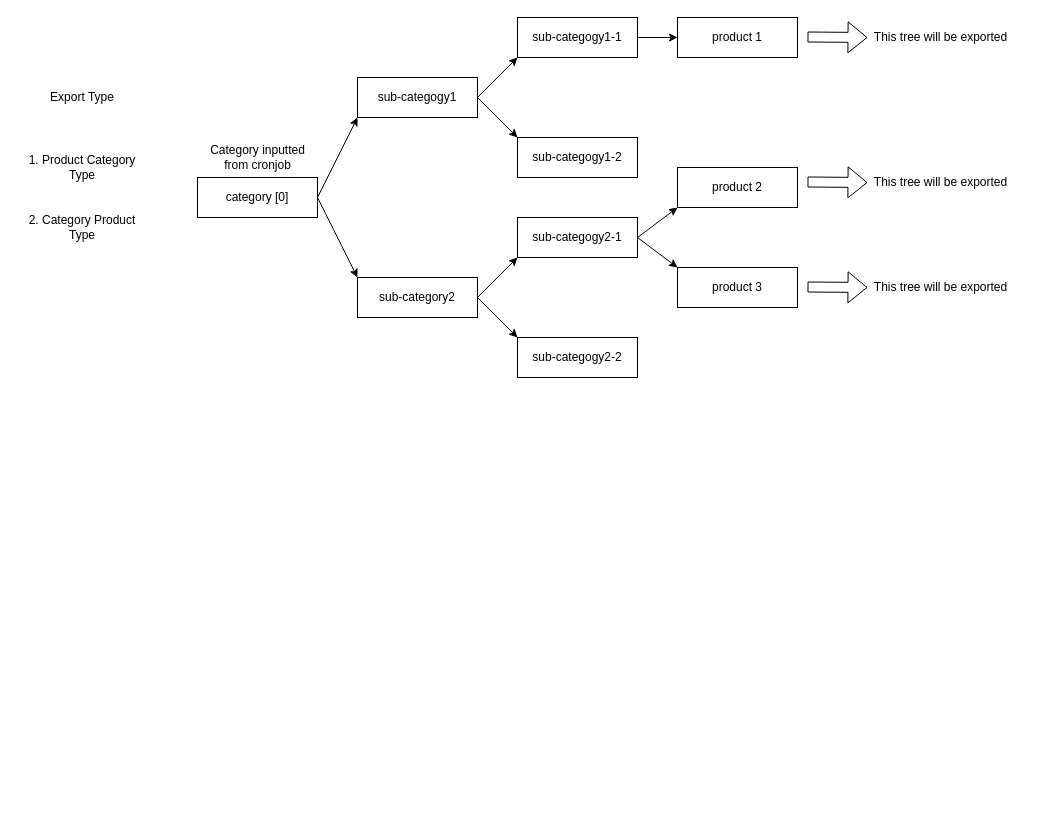
The draw.io diagram page "Page-4" (4 of 4) of diagrams/DrawTemp.drawio in pinestran/transferfiles, before the edit. Source tidied: cells renumbered, new cells numbered last; positions are measured from the earlier drawing's top-left corner, leaving out a move shared by most shapes. Both pictures are drawn from the tidied source at 100%, with x=0, y=0 at pixel (17, 17).
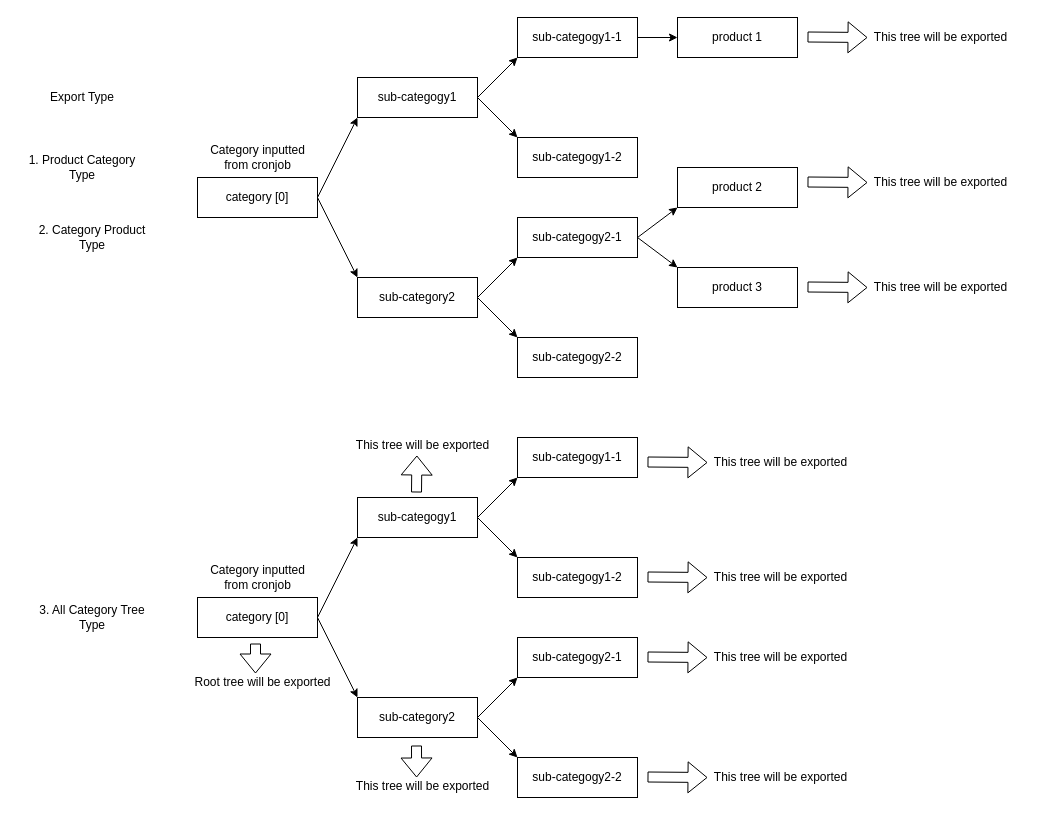
After the change.

Diff of the diagram source:
```diff
@@
-    <mxCell id="24" value="2. Category Product Type" style="text;html=1;strokeColor=none;fillColor=none;align=center;verticalAlign=middle;whiteSpace=wrap;rounded=0;" parent="1" vertex="1">
-      <mxGeometry y="190" width="130" height="40" as="geometry" />
+    <mxCell id="24" value="3. All Category Tree Type" style="text;html=1;strokeColor=none;fillColor=none;align=center;verticalAlign=middle;whiteSpace=wrap;rounded=0;" parent="1" vertex="1">
+      <mxGeometry x="10" y="580" width="130" height="40" as="geometry" />
     </mxCell>
@@
+    <mxCell id="31" value="category [0]" style="rounded=0;whiteSpace=wrap;html=1;" parent="1" vertex="1">
+      <mxGeometry x="180" y="580" width="120" height="40" as="geometry" />
+    </mxCell>
+    <mxCell id="32" value="sub-categogy1" style="rounded=0;whiteSpace=wrap;html=1;" parent="1" vertex="1">
+      <mxGeometry x="340" y="480" width="120" height="40" as="geometry" />
+    </mxCell>
+    <mxCell id="33" value="sub-category2" style="rounded=0;whiteSpace=wrap;html=1;" parent="1" vertex="1">
+      <mxGeometry x="340" y="680" width="120" height="40" as="geometry" />
+    </mxCell>
+    <mxCell id="34" value="sub-categogy1-1" style="rounded=0;whiteSpace=wrap;html=1;" parent="1" vertex="1">
+      <mxGeometry x="500" y="420" width="120" height="40" as="geometry" />
+    </mxCell>
+    <mxCell id="35" value="sub-categogy1-2" style="rounded=0;whiteSpace=wrap;html=1;" parent="1" vertex="1">
+      <mxGeometry x="500" y="540" width="120" height="40" as="geometry" />
+    </mxCell>
+    <mxCell id="36" value="sub-categogy2-1" style="rounded=0;whiteSpace=wrap;html=1;" parent="1" vertex="1">
+      <mxGeometry x="500" y="620" width="120" height="40" as="geometry" />
+    </mxCell>
+    <mxCell id="37" value="sub-categogy2-2" style="rounded=0;whiteSpace=wrap;html=1;" parent="1" vertex="1">
+      <mxGeometry x="500" y="740" width="120" height="40" as="geometry" />
+    </mxCell>
+    <mxCell id="38" style="endArrow=classic;html=1;rounded=0;entryX=0;entryY=0;entryDx=0;entryDy=0;exitX=1;exitY=0.5;exitDx=0;exitDy=0;" parent="1" edge="1" source="31" target="33">
+      <mxGeometry relative="1" as="geometry" />
+    </mxCell>
+    <mxCell id="39" style="endArrow=classic;html=1;rounded=0;entryX=0;entryY=1;entryDx=0;entryDy=0;" parent="1" edge="1" target="32">
+      <mxGeometry relative="1" as="geometry">
+        <mxPoint x="300" y="600" as="sourcePoint" />
+      </mxGeometry>
+    </mxCell>
+    <mxCell id="40" style="endArrow=classic;html=1;rounded=0;entryX=0;entryY=0;entryDx=0;entryDy=0;exitX=1;exitY=0.5;exitDx=0;exitDy=0;" parent="1" edge="1" source="32" target="35">
+      <mxGeometry relative="1" as="geometry" />
+    </mxCell>
+    <mxCell id="41" style="endArrow=classic;html=1;rounded=0;entryX=0;entryY=1;entryDx=0;entryDy=0;exitX=1;exitY=0.5;exitDx=0;exitDy=0;" parent="1" edge="1" source="32" target="34">
+      <mxGeometry relative="1" as="geometry" />
+    </mxCell>
+    <mxCell id="42" style="endArrow=classic;html=1;rounded=0;entryX=0;entryY=0;entryDx=0;entryDy=0;exitX=1;exitY=0.5;exitDx=0;exitDy=0;" parent="1" edge="1" source="33" target="37">
+      <mxGeometry relative="1" as="geometry" />
+    </mxCell>
+    <mxCell id="43" style="endArrow=classic;html=1;rounded=0;entryX=0;entryY=1;entryDx=0;entryDy=0;exitX=1;exitY=0.5;exitDx=0;exitDy=0;" parent="1" edge="1" source="33" target="36">
+      <mxGeometry relative="1" as="geometry" />
+    </mxCell>
+    <mxCell id="44" value="&lt;div&gt;Category inputted&lt;/div&gt;&lt;div&gt;from cronjob&lt;br&gt;&lt;/div&gt;" style="text;html=1;align=center;verticalAlign=middle;strokeColor=none;fillColor=none;" parent="1" vertex="1">
+      <mxGeometry x="180" y="540" width="120" height="40" as="geometry" />
+    </mxCell>
+    <mxCell id="45" style="shape=flexArrow;endArrow=classic;html=1;rounded=0;" parent="1" edge="1">
+      <mxGeometry relative="1" as="geometry">
+        <mxPoint x="630" y="444.5" as="sourcePoint" />
+        <mxPoint x="690" y="445" as="targetPoint" />
+      </mxGeometry>
+    </mxCell>
+    <mxCell id="46" value="This tree will be exported" style="text;html=1;align=center;verticalAlign=middle;strokeColor=none;fillColor=none;" parent="1" vertex="1">
+      <mxGeometry x="683" y="430" width="160" height="30" as="geometry" />
+    </mxCell>
+    <mxCell id="47" style="shape=flexArrow;endArrow=classic;html=1;rounded=0;" parent="1" edge="1">
+      <mxGeometry relative="1" as="geometry">
+        <mxPoint x="630" y="559.5" as="sourcePoint" />
+        <mxPoint x="690" y="560" as="targetPoint" />
+      </mxGeometry>
+    </mxCell>
+    <mxCell id="48" value="This tree will be exported" style="text;html=1;align=center;verticalAlign=middle;strokeColor=none;fillColor=none;" parent="1" vertex="1">
+      <mxGeometry x="683" y="545" width="160" height="30" as="geometry" />
+    </mxCell>
+    <mxCell id="49" style="shape=flexArrow;endArrow=classic;html=1;rounded=0;entryX=0.458;entryY=-0.091;entryDx=0;entryDy=0;entryPerimeter=0;" parent="1" edge="1">
+      <mxGeometry relative="1" as="geometry">
+        <mxPoint x="399" y="728" as="sourcePoint" />
+        <mxPoint x="399.1" y="760" as="targetPoint" />
+      </mxGeometry>
+    </mxCell>
+    <mxCell id="50" value="This tree will be exported" style="text;html=1;align=center;verticalAlign=middle;strokeColor=none;fillColor=none;" parent="1" vertex="1">
+      <mxGeometry x="325" y="754" width="160" height="30" as="geometry" />
+    </mxCell>
+    <mxCell id="51" value="2. Category Product Type" style="text;html=1;strokeColor=none;fillColor=none;align=center;verticalAlign=middle;whiteSpace=wrap;rounded=0;" parent="1" vertex="1">
+      <mxGeometry x="10" y="200" width="130" height="40" as="geometry" />
+    </mxCell>
+    <mxCell id="52" style="shape=flexArrow;endArrow=classic;html=1;rounded=0;" parent="1" edge="1">
+      <mxGeometry relative="1" as="geometry">
+        <mxPoint x="630" y="639.5" as="sourcePoint" />
+        <mxPoint x="690" y="640" as="targetPoint" />
+      </mxGeometry>
+    </mxCell>
+    <mxCell id="53" value="This tree will be exported" style="text;html=1;align=center;verticalAlign=middle;strokeColor=none;fillColor=none;" parent="1" vertex="1">
+      <mxGeometry x="683" y="625" width="160" height="30" as="geometry" />
+    </mxCell>
+    <mxCell id="54" style="shape=flexArrow;endArrow=classic;html=1;rounded=0;" parent="1" edge="1">
+      <mxGeometry relative="1" as="geometry">
+        <mxPoint x="630" y="759.5" as="sourcePoint" />
+        <mxPoint x="690" y="760" as="targetPoint" />
+      </mxGeometry>
+    </mxCell>
+    <mxCell id="55" value="This tree will be exported" style="text;html=1;align=center;verticalAlign=middle;strokeColor=none;fillColor=none;" parent="1" vertex="1">
+      <mxGeometry x="683" y="745" width="160" height="30" as="geometry" />
+    </mxCell>
+    <mxCell id="56" style="shape=flexArrow;endArrow=classic;html=1;rounded=0;entryX=0.484;entryY=0.968;entryDx=0;entryDy=0;entryPerimeter=0;" parent="1" edge="1">
+      <mxGeometry relative="1" as="geometry">
+        <mxPoint x="399" y="475" as="sourcePoint" />
+        <mxPoint x="399.4" y="438" as="targetPoint" />
+      </mxGeometry>
+    </mxCell>
+    <mxCell id="57" value="This tree will be exported" style="text;html=1;align=center;verticalAlign=middle;strokeColor=none;fillColor=none;" parent="1" vertex="1">
+      <mxGeometry x="325" y="413" width="160" height="30" as="geometry" />
+    </mxCell>
+    <mxCell id="58" value="Root tree will be exported" style="text;html=1;align=center;verticalAlign=middle;strokeColor=none;fillColor=none;" parent="1" vertex="1">
+      <mxGeometry x="165" y="650" width="160" height="30" as="geometry" />
+    </mxCell>
+    <mxCell id="59" style="shape=flexArrow;endArrow=classic;html=1;rounded=0;" parent="1" edge="1">
+      <mxGeometry relative="1" as="geometry">
+        <mxPoint x="238" y="626" as="sourcePoint" />
+        <mxPoint x="238" y="656" as="targetPoint" />
+      </mxGeometry>
+    </mxCell>
```
